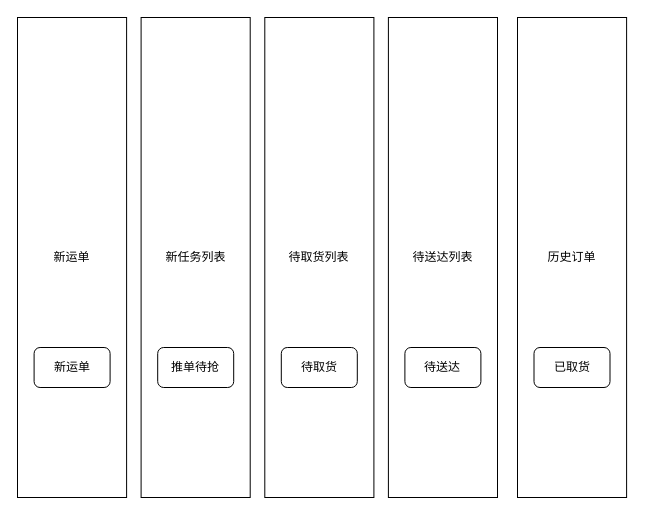
The draw.io diagram page "第 1 页" (1 of 2) of 业务流程图1.drawio in 2366252403/drawio_1, before the edit. Source tidied: cells renumbered, new cells numbered last; positions are measured from the earlier drawing's top-left corner, leaving out a move shared by most shapes. Both pictures are drawn from the tidied source at 100%, with x=0, y=0 at pixel (17, 17).
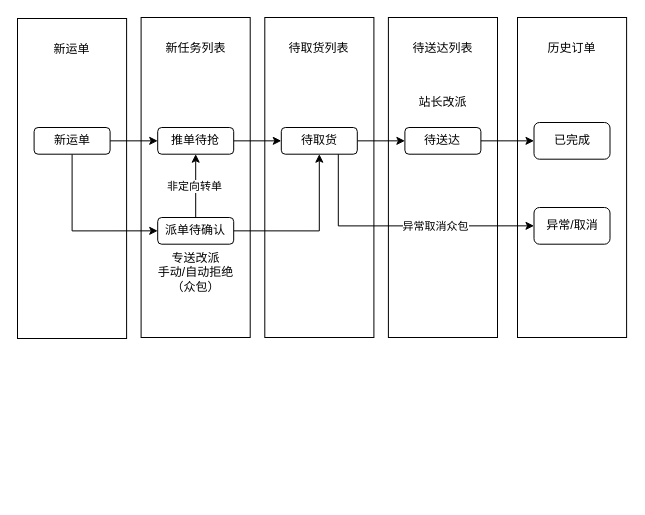
Above is the later version.

Commit message:
更新业务流程图1.drawio

The edit, as a diff of the source:
```diff
@@
     <mxCell id="2" style="group;" parent="1" vertex="1">
-      <mxGeometry width="480" height="480" as="geometry" />
+      <mxGeometry width="480" height="320" as="geometry" />
     </mxCell>
-    <mxCell id="3" value="新运单" style="rounded=0;whiteSpace=wrap;html=1;" parent="2" vertex="1">
-      <mxGeometry width="109.1" height="480" as="geometry" />
+    <mxCell id="3" value="新运单&lt;div&gt;&lt;br&gt;&lt;/div&gt;&lt;div&gt;&lt;br&gt;&lt;/div&gt;&lt;div&gt;&lt;br&gt;&lt;/div&gt;&lt;div&gt;&lt;br&gt;&lt;/div&gt;&lt;div&gt;&lt;br&gt;&lt;/div&gt;&lt;div&gt;&lt;br&gt;&lt;/div&gt;&lt;div&gt;&lt;br&gt;&lt;/div&gt;&lt;div&gt;&lt;br&gt;&lt;/div&gt;&lt;div&gt;&lt;br&gt;&lt;/div&gt;&lt;div&gt;&lt;br&gt;&lt;/div&gt;&lt;div&gt;&lt;br&gt;&lt;/div&gt;&lt;div&gt;&lt;br&gt;&lt;/div&gt;&lt;div&gt;&lt;br&gt;&lt;/div&gt;&lt;div&gt;&lt;br&gt;&lt;/div&gt;&lt;div&gt;&lt;br&gt;&lt;/div&gt;&lt;div&gt;&lt;br&gt;&lt;/div&gt;&lt;div&gt;&lt;br&gt;&lt;/div&gt;&lt;div&gt;&lt;br&gt;&lt;/div&gt;" style="rounded=0;whiteSpace=wrap;html=1;" parent="2" vertex="1">
+      <mxGeometry y="1" width="109.1" height="320" as="geometry" />
     </mxCell>
-    <mxCell id="4" value="新任务列表" style="rounded=0;whiteSpace=wrap;html=1;" parent="2" vertex="1">
-      <mxGeometry x="123.6" width="109.1" height="480" as="geometry" />
+    <mxCell id="4" value="新任务列表&lt;div&gt;&lt;br&gt;&lt;/div&gt;&lt;div&gt;&lt;br&gt;&lt;/div&gt;&lt;div&gt;&lt;br&gt;&lt;/div&gt;&lt;div&gt;&lt;br&gt;&lt;/div&gt;&lt;div&gt;&lt;br&gt;&lt;/div&gt;&lt;div&gt;&lt;br&gt;&lt;/div&gt;&lt;div&gt;&lt;br&gt;&lt;/div&gt;&lt;div&gt;&lt;br&gt;&lt;/div&gt;&lt;div&gt;&lt;br&gt;&lt;/div&gt;&lt;div&gt;&lt;br&gt;&lt;/div&gt;&lt;div&gt;&lt;br&gt;&lt;/div&gt;&lt;div&gt;&lt;br&gt;&lt;/div&gt;&lt;div&gt;&lt;br&gt;&lt;/div&gt;&lt;div&gt;&lt;br&gt;&lt;/div&gt;&lt;div&gt;&lt;br&gt;&lt;/div&gt;&lt;div&gt;&lt;br&gt;&lt;/div&gt;&lt;div&gt;&lt;br&gt;&lt;/div&gt;&lt;div&gt;&lt;br&gt;&lt;/div&gt;" style="rounded=0;whiteSpace=wrap;html=1;" parent="2" vertex="1">
+      <mxGeometry x="123.6" width="109.1" height="320" as="geometry" />
     </mxCell>
-    <mxCell id="5" value="待取货列表" style="rounded=0;whiteSpace=wrap;html=1;" parent="2" vertex="1">
-      <mxGeometry x="247.3" width="109.1" height="480" as="geometry" />
+    <mxCell id="5" value="待取货列表&lt;div&gt;&lt;br&gt;&lt;/div&gt;&lt;div&gt;&lt;br&gt;&lt;/div&gt;&lt;div&gt;&lt;br&gt;&lt;/div&gt;&lt;div&gt;&lt;br&gt;&lt;/div&gt;&lt;div&gt;&lt;br&gt;&lt;/div&gt;&lt;div&gt;&lt;br&gt;&lt;/div&gt;&lt;div&gt;&lt;br&gt;&lt;/div&gt;&lt;div&gt;&lt;br&gt;&lt;/div&gt;&lt;div&gt;&lt;br&gt;&lt;/div&gt;&lt;div&gt;&lt;br&gt;&lt;/div&gt;&lt;div&gt;&lt;br&gt;&lt;/div&gt;&lt;div&gt;&lt;br&gt;&lt;/div&gt;&lt;div&gt;&lt;br&gt;&lt;/div&gt;&lt;div&gt;&lt;br&gt;&lt;/div&gt;&lt;div&gt;&lt;br&gt;&lt;/div&gt;&lt;div&gt;&lt;br&gt;&lt;/div&gt;&lt;div&gt;&lt;br&gt;&lt;/div&gt;&lt;div&gt;&lt;br&gt;&lt;/div&gt;" style="rounded=0;whiteSpace=wrap;html=1;" parent="2" vertex="1">
+      <mxGeometry x="247.3" width="109.1" height="320" as="geometry" />
     </mxCell>
-    <mxCell id="6" value="待送达列表" style="rounded=0;whiteSpace=wrap;html=1;" parent="2" vertex="1">
-      <mxGeometry x="370.9" width="109.1" height="480" as="geometry" />
+    <mxCell id="6" value="待送达列表&lt;div&gt;&lt;br&gt;&lt;/div&gt;&lt;div&gt;&lt;br&gt;&lt;/div&gt;&lt;div&gt;&lt;br&gt;&lt;/div&gt;&lt;div&gt;&lt;br&gt;&lt;/div&gt;&lt;div&gt;&lt;br&gt;&lt;/div&gt;&lt;div&gt;&lt;br&gt;&lt;/div&gt;&lt;div&gt;&lt;br&gt;&lt;/div&gt;&lt;div&gt;&lt;br&gt;&lt;/div&gt;&lt;div&gt;&lt;br&gt;&lt;/div&gt;&lt;div&gt;&lt;br&gt;&lt;/div&gt;&lt;div&gt;&lt;br&gt;&lt;/div&gt;&lt;div&gt;&lt;br&gt;&lt;/div&gt;&lt;div&gt;&lt;br&gt;&lt;/div&gt;&lt;div&gt;&lt;br&gt;&lt;/div&gt;&lt;div&gt;&lt;br&gt;&lt;/div&gt;&lt;div&gt;&lt;br&gt;&lt;/div&gt;&lt;div&gt;&lt;br&gt;&lt;/div&gt;&lt;div&gt;&lt;br&gt;&lt;/div&gt;" style="rounded=0;whiteSpace=wrap;html=1;" parent="2" vertex="1">
+      <mxGeometry x="370.9" width="109.1" height="320" as="geometry" />
     </mxCell>
+    <mxCell id="13" style="edgeStyle=orthogonalEdgeStyle;rounded=0;jettySize=auto;html=1;" parent="2" edge="1" source="7" target="8">
+      <mxGeometry relative="1" as="geometry" />
+    </mxCell>
+    <mxCell id="14" style="edgeStyle=orthogonalEdgeStyle;rounded=0;jettySize=auto;html=1;entryX=0;entryY=0.5;entryDx=0;entryDy=0;exitX=0.5;exitY=1;exitDx=0;exitDy=0;" parent="2" edge="1" source="7" target="20">
+      <mxGeometry relative="1" as="geometry" />
+    </mxCell>
     <mxCell id="7" value="新运单" style="rounded=1;whiteSpace=wrap;html=1;" parent="2" vertex="1">
-      <mxGeometry x="16.6" y="330" width="76" height="40" as="geometry" />
+      <mxGeometry x="16.6" y="110" width="76" height="26.7" as="geometry" />
     </mxCell>
+    <mxCell id="15" style="edgeStyle=orthogonalEdgeStyle;rounded=0;jettySize=auto;html=1;" parent="2" edge="1" source="8" target="9">
+      <mxGeometry relative="1" as="geometry" />
+    </mxCell>
     <mxCell id="8" value="推单待抢" style="rounded=1;whiteSpace=wrap;html=1;" parent="2" vertex="1">
-      <mxGeometry x="140.2" y="330" width="76" height="40" as="geometry" />
+      <mxGeometry x="140.2" y="110" width="76" height="26.7" as="geometry" />
     </mxCell>
+    <mxCell id="16" style="edgeStyle=orthogonalEdgeStyle;rounded=0;jettySize=auto;html=1;" parent="2" edge="1" source="9" target="10">
+      <mxGeometry relative="1" as="geometry" />
+    </mxCell>
     <mxCell id="9" value="待取货" style="rounded=1;whiteSpace=wrap;html=1;" parent="2" vertex="1">
-      <mxGeometry x="263.8" y="330" width="76" height="40" as="geometry" />
+      <mxGeometry x="263.8" y="110" width="76" height="26.7" as="geometry" />
     </mxCell>
     <mxCell id="10" value="待送达" style="rounded=1;whiteSpace=wrap;html=1;" parent="2" vertex="1">
-      <mxGeometry x="387.4" y="330" width="76" height="40" as="geometry" />
+      <mxGeometry x="387.4" y="110" width="76" height="26.7" as="geometry" />
     </mxCell>
+    <mxCell id="17" style="edgeStyle=orthogonalEdgeStyle;rounded=0;jettySize=auto;html=1;entryX=0.5;entryY=1;entryDx=0;entryDy=0;exitX=1;exitY=0.5;exitDx=0;exitDy=0;" parent="2" edge="1" source="20" target="9">
+      <mxGeometry relative="1" as="geometry">
+        <Array as="points">
+          <mxPoint x="302" y="213" />
+        </Array>
+      </mxGeometry>
+    </mxCell>
+    <mxCell id="18" style="edgeStyle=orthogonalEdgeStyle;rounded=0;jettySize=auto;html=1;" parent="2" edge="1" source="20" target="8">
+      <mxGeometry relative="1" as="geometry" />
+    </mxCell>
+    <mxCell id="19" value="非定向转单" style="edgeLabel;html=1;align=center;verticalAlign=middle;" parent="18" vertex="1">
+      <mxGeometry x="0.02" y="2" relative="1" as="geometry" />
+    </mxCell>
+    <mxCell id="20" value="派单待确认" style="rounded=1;whiteSpace=wrap;html=1;" parent="2" vertex="1">
+      <mxGeometry x="140.2" y="200" width="76" height="26.7" as="geometry" />
+    </mxCell>
+    <mxCell id="21" value="专送改派&lt;div&gt;手动/自动拒绝&lt;/div&gt;&lt;div&gt;（众包）&lt;/div&gt;" style="text;html=1;align=center;verticalAlign=middle;strokeColor=none;fillColor=none;" parent="2" vertex="1">
+      <mxGeometry x="128.2" y="225" width="100" height="60" as="geometry" />
+    </mxCell>
+    <mxCell id="22" value="站长改派" style="text;html=1;align=center;verticalAlign=middle;strokeColor=none;fillColor=none;" parent="2" vertex="1">
+      <mxGeometry x="390.4" y="70" width="70" height="30" as="geometry" />
+    </mxCell>
-    <mxCell id="11" value="历史订单" style="rounded=0;whiteSpace=wrap;html=1;" parent="1" vertex="1">
-      <mxGeometry x="500" width="109.1" height="480" as="geometry" />
+    <mxCell id="11" value="历史订单&lt;div&gt;&lt;br&gt;&lt;/div&gt;&lt;div&gt;&lt;br&gt;&lt;/div&gt;&lt;div&gt;&lt;br&gt;&lt;/div&gt;&lt;div&gt;&lt;br&gt;&lt;/div&gt;&lt;div&gt;&lt;br&gt;&lt;/div&gt;&lt;div&gt;&lt;br&gt;&lt;/div&gt;&lt;div&gt;&lt;br&gt;&lt;/div&gt;&lt;div&gt;&lt;br&gt;&lt;/div&gt;&lt;div&gt;&lt;br&gt;&lt;/div&gt;&lt;div&gt;&lt;br&gt;&lt;/div&gt;&lt;div&gt;&lt;br&gt;&lt;/div&gt;&lt;div&gt;&lt;br&gt;&lt;/div&gt;&lt;div&gt;&lt;br&gt;&lt;/div&gt;&lt;div&gt;&lt;br&gt;&lt;/div&gt;&lt;div&gt;&lt;br&gt;&lt;/div&gt;&lt;div&gt;&lt;br&gt;&lt;/div&gt;&lt;div&gt;&lt;br&gt;&lt;/div&gt;&lt;div&gt;&lt;br&gt;&lt;/div&gt;" style="rounded=0;whiteSpace=wrap;html=1;" parent="1" vertex="1">
+      <mxGeometry x="500" width="109.1" height="320" as="geometry" />
     </mxCell>
-    <mxCell id="12" value="已取货" style="rounded=1;whiteSpace=wrap;html=1;" parent="1" vertex="1">
-      <mxGeometry x="516.5" y="330" width="76" height="40" as="geometry" />
+    <mxCell id="12" value="已完成" style="rounded=1;whiteSpace=wrap;html=1;" parent="1" vertex="1">
+      <mxGeometry x="516.5" y="105" width="76" height="36.7" as="geometry" />
     </mxCell>
+    <mxCell id="23" style="edgeStyle=orthogonalEdgeStyle;rounded=0;jettySize=auto;html=1;" parent="1" edge="1" source="10" target="12">
+      <mxGeometry relative="1" as="geometry" />
+    </mxCell>
+    <mxCell id="24" value="异常/取消" style="rounded=1;whiteSpace=wrap;html=1;" parent="1" vertex="1">
+      <mxGeometry x="516.5" y="190" width="76" height="36.7" as="geometry" />
+    </mxCell>
+    <mxCell id="25" style="edgeStyle=orthogonalEdgeStyle;rounded=0;jettySize=auto;html=1;exitX=0.75;exitY=1;exitDx=0;exitDy=0;entryX=0;entryY=0.5;entryDx=0;entryDy=0;" parent="1" edge="1" source="9" target="24">
+      <mxGeometry relative="1" as="geometry" />
+    </mxCell>
+    <mxCell id="26" value="异常取消众包" style="edgeLabel;html=1;align=center;verticalAlign=middle;" parent="25" vertex="1">
+      <mxGeometry x="0.26" relative="1" as="geometry" />
+    </mxCell>
```
